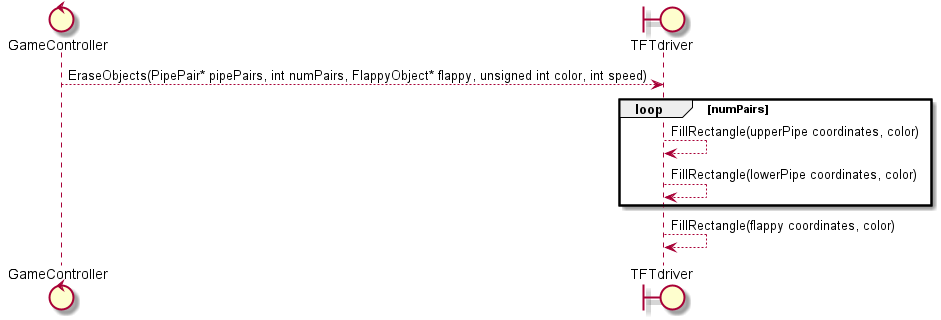
Above: Projekt/diagrams/out/EraseObjects/EraseObjects.png in Valdemartt/AMS (PlantUML), before the change.
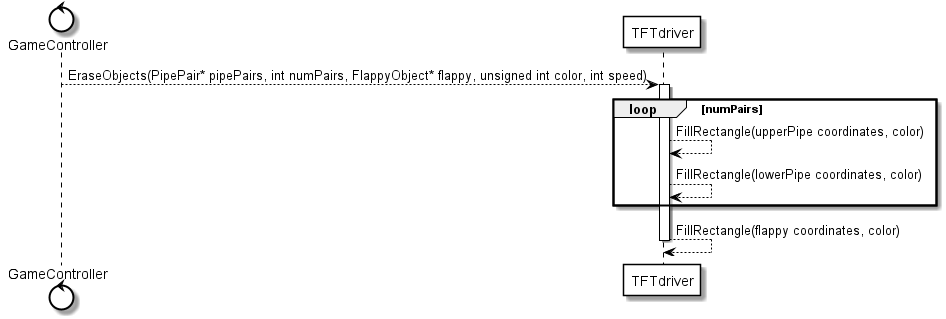
After the commit.

Change to the diagram source:
```diff
@@ -1,10 +1,25 @@
 @startuml
+skinparam sequence {
+    ArrowColor Black
+    ActorBorderColor Black
+    LifeLineBorderColor Black
+    ArrowMessageAlignment center
+    ParticipantBorderColor Black
+    ParticipantBackgroundColor White
+    BoxBorderColor Black
+}
+
+skinparam ControlBorderColor black
+skinparam ControlBackgroundColor white
+
 control GameController
-boundary TFTdriver
+participant TFTdriver
 GameController-->TFTdriver : EraseObjects(PipePair* pipePairs, int numPairs, FlappyObject* flappy, unsigned int color, int speed)
+activate TFTdriver
 loop numPairs
     TFTdriver-->TFTdriver : FillRectangle(upperPipe coordinates, color)
     TFTdriver-->TFTdriver : FillRectangle(lowerPipe coordinates, color)
 end
 TFTdriver-->TFTdriver : FillRectangle(flappy coordinates, color)
+deactivate TFTdriver
 @enduml
```
